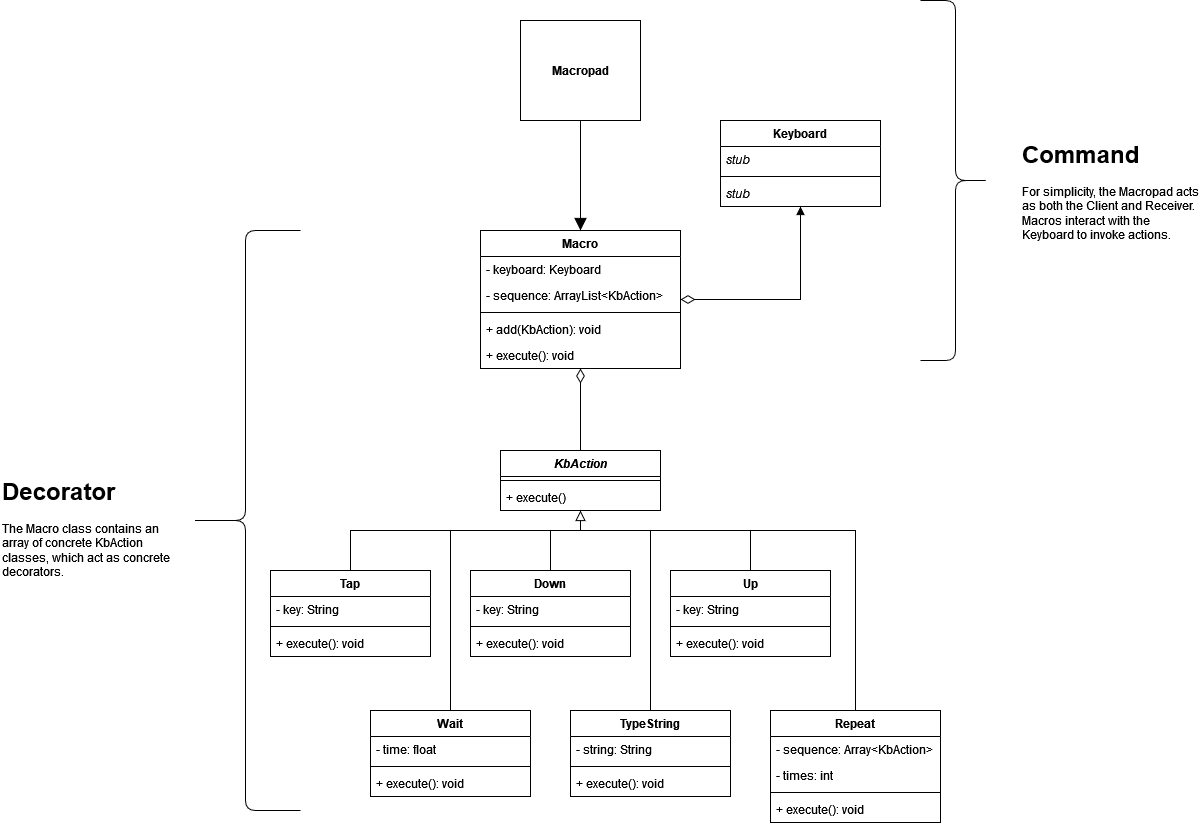
reidtaylor1126/design-pattern-example keeps this draw.io diagram as macropad-design.png. Above is the earlier version. Source tidied: cells renumbered, new cells last; positions are measured from the earlier drawing's top-left corner, leaving out a move shared by most shapes.
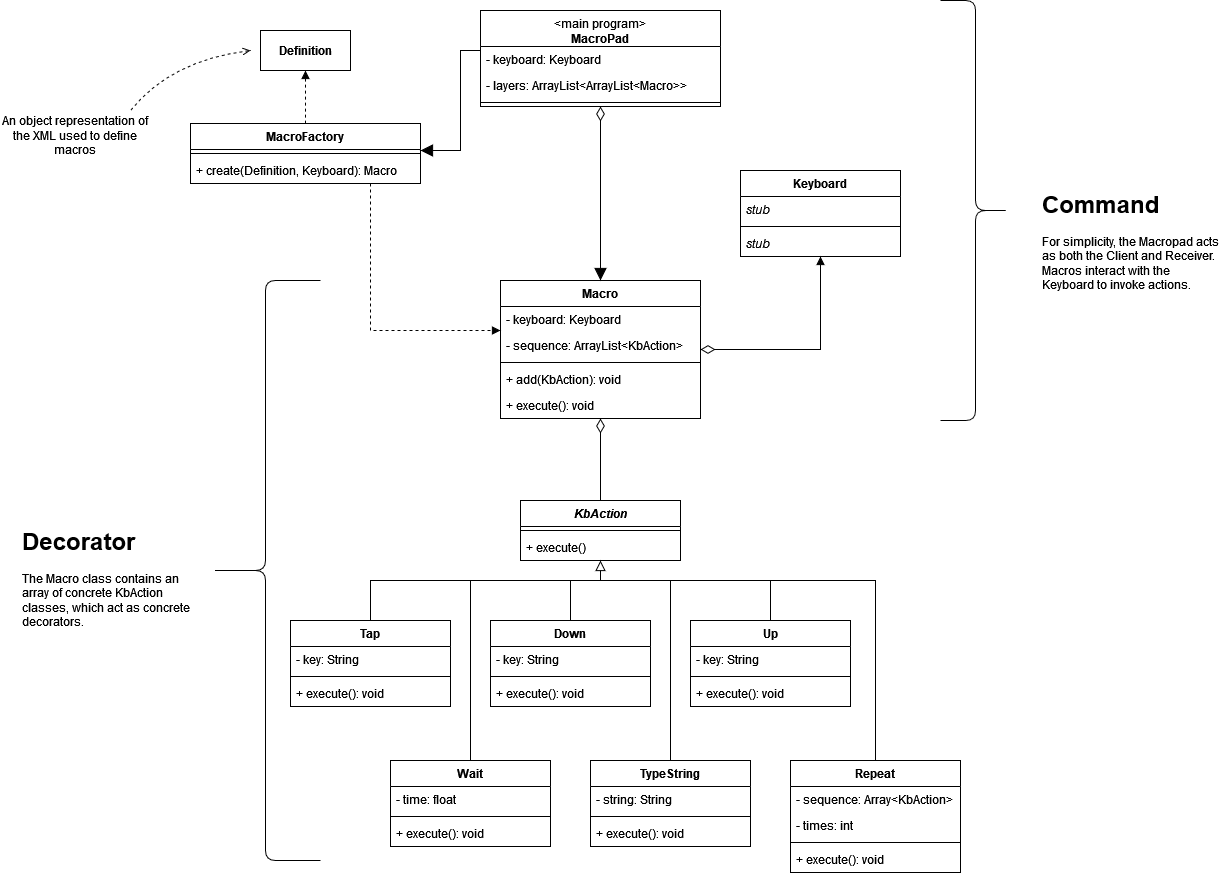
After the change.

Commit message:
macros are now user-defined with xml

Diff of the diagram source:
```diff
@@ -168,17 +168,68 @@
     <mxCell id="49" value="&lt;h1 style=&quot;margin-top: 0px;&quot;&gt;Decorator&lt;/h1&gt;&lt;p&gt;The Macro class contains an array of concrete KbAction classes, which act as concrete decorators.&lt;br&gt;&lt;/p&gt;" style="text;html=1;whiteSpace=wrap;overflow=hidden;rounded=0;" parent="1" vertex="1">
       <mxGeometry y="470" width="180" height="120" as="geometry" />
     </mxCell>
-    <mxCell id="50" style="edgeStyle=orthogonalEdgeStyle;rounded=0;jettySize=auto;html=1;endArrow=block;endFill=1;startSize=8;endSize=10;" parent="1" edge="1" source="51" target="38">
+    <mxCell id="50" style="edgeStyle=orthogonalEdgeStyle;rounded=0;jettySize=auto;html=1;endArrow=block;endFill=1;startSize=12;endSize=10;startArrow=diamondThin;startFill=0;" parent="1" edge="1" source="63" target="38">
       <mxGeometry relative="1" as="geometry" />
     </mxCell>
-    <mxCell id="51" value="&lt;b&gt;Macropad&lt;/b&gt;" style="rounded=0;whiteSpace=wrap;html=1;" parent="1" vertex="1">
-      <mxGeometry x="520" y="20" width="120" height="100" as="geometry" />
-    </mxCell>
     <mxCell id="52" style="shape=curlyBracket;whiteSpace=wrap;html=1;rounded=1;flipH=1;labelPosition=right;verticalLabelPosition=middle;align=left;verticalAlign=middle;" parent="1" vertex="1">
-      <mxGeometry x="920" width="70" height="360" as="geometry" />
+      <mxGeometry x="920" y="-50" width="70" height="420" as="geometry" />
     </mxCell>
     <mxCell id="53" value="&lt;h1 style=&quot;margin-top: 0px;&quot;&gt;Command&lt;/h1&gt;&lt;p&gt;For simplicity, the Macropad acts as both the Client and Receiver. Macros interact with the Keyboard to invoke actions.&lt;br&gt;&lt;/p&gt;" style="text;html=1;whiteSpace=wrap;overflow=hidden;rounded=0;" parent="1" vertex="1">
       <mxGeometry x="1020" y="133" width="180" height="120" as="geometry" />
     </mxCell>
+    <mxCell id="54" style="edgeStyle=orthogonalEdgeStyle;rounded=0;jettySize=auto;html=1;endArrow=none;endFill=0;startArrow=block;startFill=1;startSize=10;" parent="1" edge="1" source="56" target="63">
+      <mxGeometry relative="1" as="geometry">
+        <Array as="points">
+          <mxPoint x="440" y="100" />
+          <mxPoint x="440" />
+        </Array>
+      </mxGeometry>
+    </mxCell>
+    <mxCell id="55" style="edgeStyle=orthogonalEdgeStyle;rounded=0;jettySize=auto;html=1;dashed=1;endArrow=block;endFill=1;" parent="1" edge="1" source="56" target="38">
+      <mxGeometry relative="1" as="geometry">
+        <Array as="points">
+          <mxPoint x="350" y="280" />
+        </Array>
+      </mxGeometry>
+    </mxCell>
+    <mxCell id="56" value="MacroFactory" style="swimlane;fontStyle=1;align=center;verticalAlign=top;horizontal=1;startSize=26;whiteSpace=wrap;html=1;" parent="1" vertex="1">
+      <mxGeometry x="170" y="73" width="230" height="60" as="geometry" />
+    </mxCell>
+    <mxCell id="57" style="line;strokeWidth=1;fillColor=none;align=left;verticalAlign=middle;spacingTop=-1;spacingLeft=3;spacingRight=3;labelPosition=right;strokeColor=inherit;" parent="56" vertex="1">
+      <mxGeometry y="26" width="230" height="8" as="geometry" />
+    </mxCell>
+    <mxCell id="58" value="+ create(Definition, Keyboard): Macro" style="text;strokeColor=none;fillColor=none;align=left;verticalAlign=top;spacingLeft=4;spacingRight=4;overflow=hidden;whiteSpace=wrap;html=1;" parent="56" vertex="1">
+      <mxGeometry y="34" width="230" height="26" as="geometry" />
+    </mxCell>
+    <mxCell id="59" style="edgeStyle=orthogonalEdgeStyle;rounded=0;jettySize=auto;html=1;endArrow=none;endFill=0;startArrow=block;startFill=1;dashed=1;" parent="1" edge="1" source="60" target="56">
+      <mxGeometry relative="1" as="geometry" />
+    </mxCell>
+    <mxCell id="60" value="&lt;b&gt;Definition&lt;/b&gt;" style="rounded=0;whiteSpace=wrap;html=1;" parent="1" vertex="1">
+      <mxGeometry x="240" y="-20" width="90" height="40" as="geometry" />
+    </mxCell>
+    <mxCell id="61" style="endArrow=none;dashed=1;html=1;rounded=0;curved=1;endFill=0;startArrow=open;startFill=0;" parent="1" edge="1">
+      <mxGeometry relative="1" as="geometry">
+        <mxPoint x="230" as="sourcePoint" />
+        <mxPoint x="110" y="60" as="targetPoint" />
+        <Array as="points">
+          <mxPoint x="150" y="10" />
+        </Array>
+      </mxGeometry>
+    </mxCell>
+    <mxCell id="62" value="An object representation of the XML used to define macros" style="text;html=1;align=center;verticalAlign=middle;whiteSpace=wrap;rounded=0;" parent="1" vertex="1">
+      <mxGeometry x="-20" y="70" width="150" height="30" as="geometry" />
+    </mxCell>
+    <mxCell id="63" value="&lt;span style=&quot;font-weight: normal;&quot;&gt;&amp;lt;main program&amp;gt;&lt;/span&gt;&lt;div&gt;MacroPad&lt;/div&gt;" style="swimlane;fontStyle=1;align=center;verticalAlign=top;horizontal=1;startSize=36;whiteSpace=wrap;html=1;" parent="1" vertex="1">
+      <mxGeometry x="460" y="-40" width="240" height="96" as="geometry" />
+    </mxCell>
+    <mxCell id="64" value="- keyboard: Keyboard" style="text;strokeColor=none;fillColor=none;align=left;verticalAlign=top;spacingLeft=4;spacingRight=4;overflow=hidden;whiteSpace=wrap;html=1;" parent="63" vertex="1">
+      <mxGeometry y="36" width="240" height="26" as="geometry" />
+    </mxCell>
+    <mxCell id="65" value="- layers: ArrayList&amp;lt;ArrayList&amp;lt;Macro&amp;gt;&amp;gt;" style="text;strokeColor=none;fillColor=none;align=left;verticalAlign=top;spacingLeft=4;spacingRight=4;overflow=hidden;whiteSpace=wrap;html=1;" parent="63" vertex="1">
+      <mxGeometry y="62" width="240" height="26" as="geometry" />
+    </mxCell>
+    <mxCell id="66" style="line;strokeWidth=1;fillColor=none;align=left;verticalAlign=middle;spacingTop=-1;spacingLeft=3;spacingRight=3;labelPosition=right;strokeColor=inherit;" parent="63" vertex="1">
+      <mxGeometry y="88" width="240" height="8" as="geometry" />
+    </mxCell>
   </root>
 </mxGraphModel>
```
